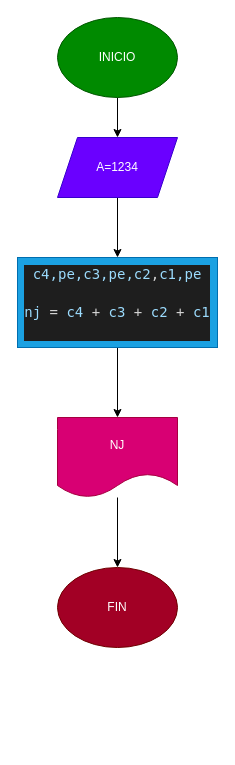
Before: diagrama.drawio in pasecolra/invertir_numero_4digitos, a draw.io diagram. Source tidied: cells renumbered, new cells numbered last; positions are measured from the earlier drawing's top-left corner, leaving out a move shared by most shapes. Both pictures are drawn from the tidied source at 100%, with x=0, y=0 at pixel (17, 17).
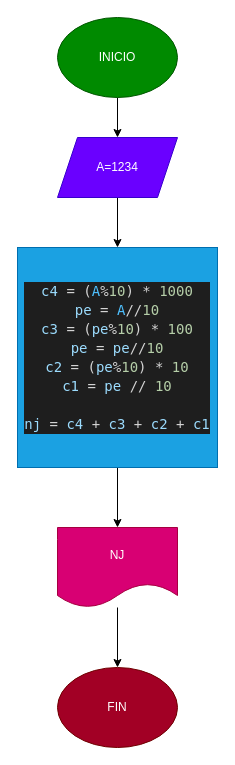
The same page after the edit.

Commit message (it also covers changes not shown here):
se agrega diagrama de flujo

Diff of the diagram source:
```diff
@@
 <mxGraphModel>
   <root>
     <mxCell id="0" />
     <mxCell id="1" parent="0" />
     <mxCell id="2" style="edgeStyle=none;html=1;" parent="1" edge="1" source="3" target="5">
       <mxGeometry relative="1" as="geometry" />
     </mxCell>
     <mxCell id="3" value="INICIO" style="ellipse;whiteSpace=wrap;html=1;fillColor=#008a00;fontColor=#ffffff;strokeColor=#005700;" parent="1" vertex="1">
       <mxGeometry x="40" width="120" height="80" as="geometry" />
     </mxCell>
     <mxCell id="4" style="edgeStyle=none;html=1;" parent="1" edge="1" source="5" target="8">
       <mxGeometry relative="1" as="geometry" />
     </mxCell>
     <mxCell id="5" value="A=1234" style="shape=parallelogram;perimeter=parallelogramPerimeter;whiteSpace=wrap;html=1;fixedSize=1;fillColor=#6a00ff;fontColor=#ffffff;strokeColor=#3700CC;" parent="1" vertex="1">
       <mxGeometry x="40" y="120" width="120" height="60" as="geometry" />
     </mxCell>
     <mxCell id="6" style="edgeStyle=none;html=1;" parent="1" edge="1" source="8" target="10">
       <mxGeometry relative="1" as="geometry" />
     </mxCell>
     <mxCell id="7" style="edgeStyle=none;html=1;" parent="1" edge="1">
       <mxGeometry relative="1" as="geometry">
         <mxPoint x="100" y="360" as="sourcePoint" />
         <mxPoint x="100" y="360" as="targetPoint" />
       </mxGeometry>
     </mxCell>
-    <mxCell id="8" value="&lt;div style=&quot;background-color: rgb(30, 30, 30); font-family: &amp;quot;Droid Sans Mono&amp;quot;, &amp;quot;monospace&amp;quot;, monospace; font-size: 14px; line-height: 19px;&quot;&gt;&lt;div style=&quot;line-height: 19px;&quot;&gt;&lt;div style=&quot;color: rgb(212, 212, 212);&quot;&gt;&lt;span style=&quot;color: #9cdcfe;&quot;&gt;c4,&lt;/span&gt;&lt;span style=&quot;color: rgb(156, 220, 254);&quot;&gt;pe,&lt;/span&gt;&lt;span style=&quot;color: rgb(156, 220, 254);&quot;&gt;c3,&lt;/span&gt;&lt;span style=&quot;color: rgb(156, 220, 254);&quot;&gt;pe,&lt;/span&gt;&lt;span style=&quot;color: rgb(156, 220, 254);&quot;&gt;c2&lt;/span&gt;&lt;font color=&quot;#d4d4d4&quot;&gt;,&lt;/font&gt;&lt;span style=&quot;color: rgb(156, 220, 254);&quot;&gt;c1,&lt;/span&gt;&lt;span style=&quot;color: rgb(156, 220, 254);&quot;&gt;pe&lt;/span&gt;&lt;/div&gt;&lt;br&gt;&lt;div style=&quot;color: rgb(212, 212, 212);&quot;&gt;&lt;span style=&quot;color: #9cdcfe;&quot;&gt;nj&lt;/span&gt; = &lt;span style=&quot;color: #9cdcfe;&quot;&gt;c4&lt;/span&gt; + &lt;span style=&quot;color: #9cdcfe;&quot;&gt;c3&lt;/span&gt; + &lt;span style=&quot;color: #9cdcfe;&quot;&gt;c2&lt;/span&gt; + &lt;span style=&quot;color: #9cdcfe;&quot;&gt;c1&lt;/span&gt;&lt;/div&gt;&lt;br&gt;&lt;/div&gt;&lt;/div&gt;" style="rounded=0;whiteSpace=wrap;html=1;fillColor=#1ba1e2;fontColor=#ffffff;strokeColor=#006EAF;" parent="1" vertex="1">
-      <mxGeometry y="240" width="200" height="90" as="geometry" />
+    <mxCell id="8" value="&lt;div style=&quot;background-color: rgb(30, 30, 30); font-family: &amp;quot;Droid Sans Mono&amp;quot;, &amp;quot;monospace&amp;quot;, monospace; font-size: 14px; line-height: 19px;&quot;&gt;&lt;div style=&quot;line-height: 19px;&quot;&gt;&lt;div style=&quot;color: rgb(212, 212, 212);&quot;&gt;&lt;div style=&quot;line-height: 19px;&quot;&gt;&lt;div&gt;&lt;span style=&quot;color: #9cdcfe;&quot;&gt;c4&lt;/span&gt; = (&lt;span style=&quot;color: #4fc1ff;&quot;&gt;A&lt;/span&gt;%&lt;span style=&quot;color: #b5cea8;&quot;&gt;10&lt;/span&gt;) * &lt;span style=&quot;color: #b5cea8;&quot;&gt;1000&lt;/span&gt;&lt;/div&gt;&lt;div&gt;&lt;span style=&quot;color: #9cdcfe;&quot;&gt;pe&lt;/span&gt; = &lt;span style=&quot;color: #4fc1ff;&quot;&gt;A&lt;/span&gt;//&lt;span style=&quot;color: #b5cea8;&quot;&gt;10&lt;/span&gt;&lt;/div&gt;&lt;div&gt;&lt;span style=&quot;color: #9cdcfe;&quot;&gt;c3&lt;/span&gt; = (&lt;span style=&quot;color: #9cdcfe;&quot;&gt;pe&lt;/span&gt;%&lt;span style=&quot;color: #b5cea8;&quot;&gt;10&lt;/span&gt;) * &lt;span style=&quot;color: #b5cea8;&quot;&gt;100&lt;/span&gt;&lt;/div&gt;&lt;div&gt;&lt;span style=&quot;color: #9cdcfe;&quot;&gt;pe&lt;/span&gt; = &lt;span style=&quot;color: #9cdcfe;&quot;&gt;pe&lt;/span&gt;//&lt;span style=&quot;color: #b5cea8;&quot;&gt;10&lt;/span&gt;&lt;/div&gt;&lt;div&gt;&lt;span style=&quot;color: #9cdcfe;&quot;&gt;c2&lt;/span&gt; = (&lt;span style=&quot;color: #9cdcfe;&quot;&gt;pe&lt;/span&gt;%&lt;span style=&quot;color: #b5cea8;&quot;&gt;10&lt;/span&gt;) * &lt;span style=&quot;color: #b5cea8;&quot;&gt;10&lt;/span&gt;&lt;/div&gt;&lt;div&gt;&lt;span style=&quot;color: #9cdcfe;&quot;&gt;c1&lt;/span&gt; = &lt;span style=&quot;color: #9cdcfe;&quot;&gt;pe&lt;/span&gt; // &lt;span style=&quot;color: #b5cea8;&quot;&gt;10&lt;/span&gt;&lt;/div&gt;&lt;br&gt;&lt;div&gt;&lt;span style=&quot;color: #9cdcfe;&quot;&gt;nj&lt;/span&gt; = &lt;span style=&quot;color: #9cdcfe;&quot;&gt;c4&lt;/span&gt; + &lt;span style=&quot;color: #9cdcfe;&quot;&gt;c3&lt;/span&gt; + &lt;span style=&quot;color: #9cdcfe;&quot;&gt;c2&lt;/span&gt; + &lt;span style=&quot;color: #9cdcfe;&quot;&gt;c1&lt;/span&gt;&lt;/div&gt;&lt;/div&gt;&lt;/div&gt;&lt;/div&gt;&lt;/div&gt;" style="rounded=0;whiteSpace=wrap;html=1;fillColor=#1ba1e2;fontColor=#ffffff;strokeColor=#006EAF;" parent="1" vertex="1">
+      <mxGeometry y="230" width="200" height="220" as="geometry" />
     </mxCell>
     <mxCell id="9" style="edgeStyle=none;html=1;" parent="1" edge="1" source="10" target="11">
       <mxGeometry relative="1" as="geometry" />
     </mxCell>
     <mxCell id="10" value="NJ" style="shape=document;whiteSpace=wrap;html=1;boundedLbl=1;fillColor=#d80073;fontColor=#ffffff;strokeColor=#A50040;" parent="1" vertex="1">
-      <mxGeometry x="40" y="400" width="120" height="80" as="geometry" />
+      <mxGeometry x="40" y="510" width="120" height="80" as="geometry" />
     </mxCell>
     <mxCell id="11" value="FIN" style="ellipse;whiteSpace=wrap;html=1;fillColor=#a20025;fontColor=#ffffff;strokeColor=#6F0000;" parent="1" vertex="1">
-      <mxGeometry x="40" y="550" width="120" height="80" as="geometry" />
+      <mxGeometry x="40" y="650" width="120" height="80" as="geometry" />
     </mxCell>
   </root>
 </mxGraphModel>
```
